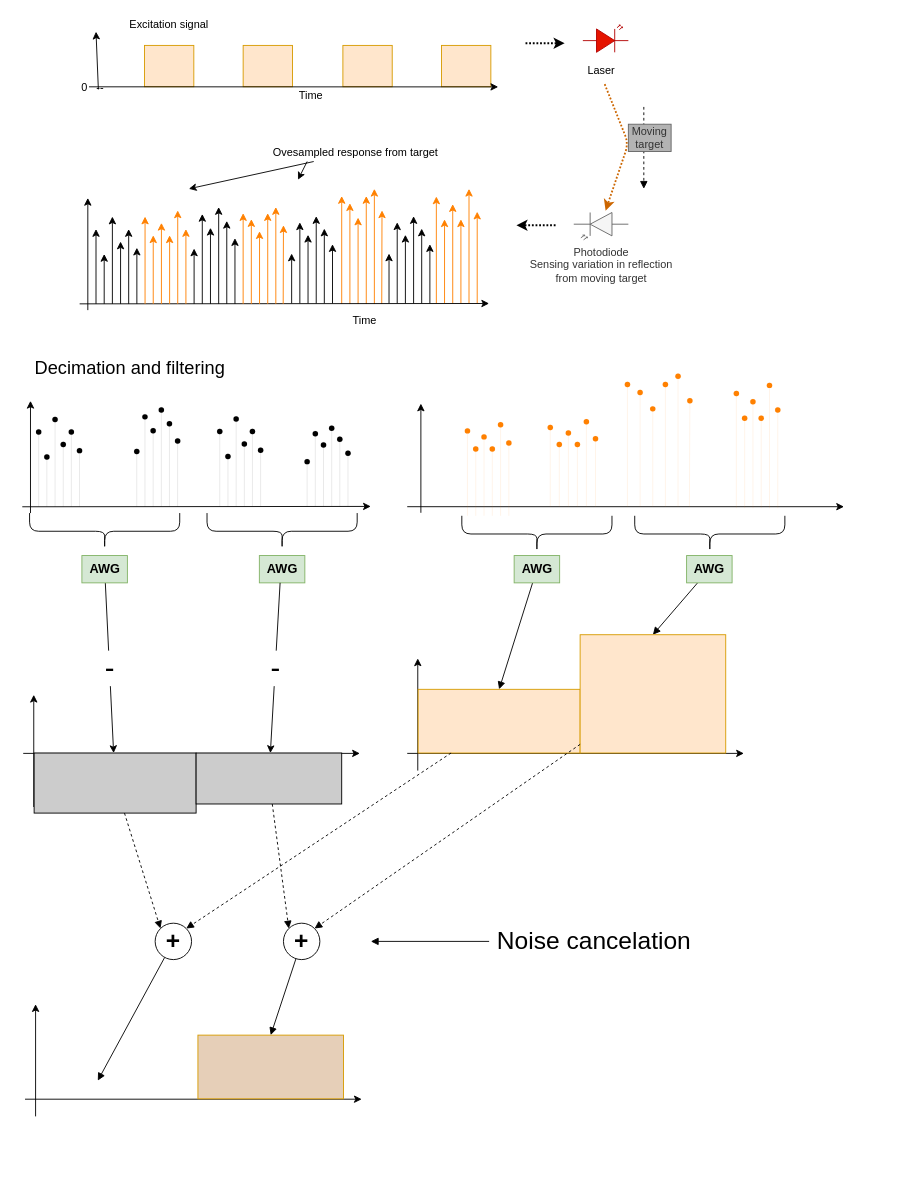
Above: page "Signals_alt" (2 of 5) of specs/lockin_detector.drawio in Rune75/Arduino_Synchronous_Detector (draw.io), before the change. Source tidied: cells renumbered, new cells numbered last; positions are measured from the earlier drawing's top-left corner, leaving out a move shared by most shapes. Both pictures are drawn from the tidied source at 91%, with x=0, y=0 at pixel (22, 15).
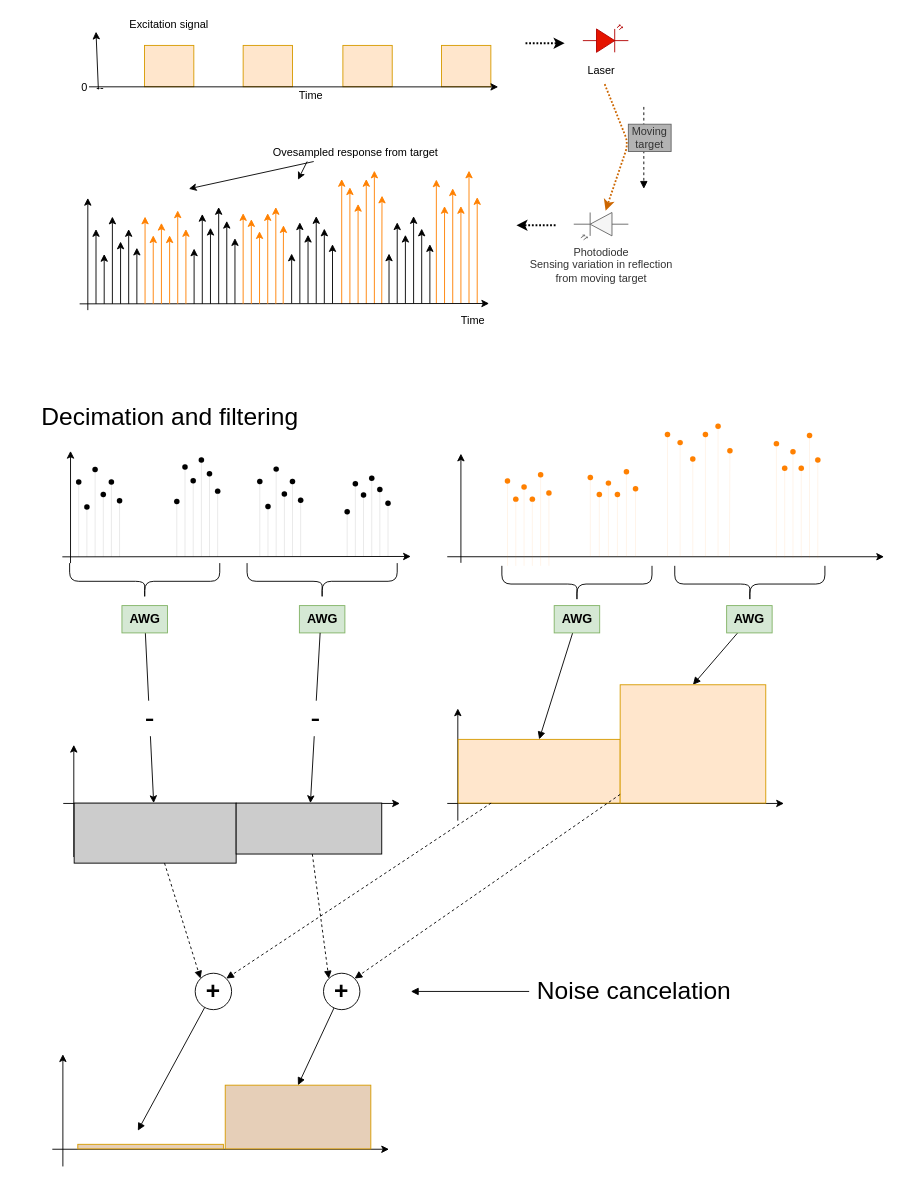
After the change.

The change refers to these unchanged cells:
```xml
<mxCell id="151" style="rounded=0;whiteSpace=wrap;html=1;strokeWidth=1;fillColor=#CCCCCC;" parent="147" vertex="1">
  <mxGeometry x="190" y="64" width="160" height="56" as="geometry" />
</mxCell>
```

Diff of the diagram source:
```diff
@@
     <mxCell id="3" value="Time" style="text;html=1;align=center;verticalAlign=middle;" parent="1" vertex="1">
-      <mxGeometry x="356.3" y="324.5" width="40" height="20" as="geometry" />
+      <mxGeometry x="475.3" y="324.5" width="40" height="20" as="geometry" />
     </mxCell>
@@
     <mxCell id="16" value="&lt;b&gt;&lt;font style=&quot;font-size: 14px&quot;&gt;AWG&lt;/font&gt;&lt;/b&gt;" style="rounded=0;whiteSpace=wrap;html=1;fillColor=#d5e8d4;strokeColor=#82b366;" parent="1" vertex="1">
-      <mxGeometry x="65.5" y="593" width="50" height="30" as="geometry" />
+      <mxGeometry x="109.5" y="648" width="50" height="30" as="geometry" />
     </mxCell>
@@
     <mxCell id="18" value="&lt;b&gt;&lt;font style=&quot;font-size: 14px&quot;&gt;AWG&lt;/font&gt;&lt;/b&gt;" style="rounded=0;whiteSpace=wrap;html=1;fillColor=#d5e8d4;strokeColor=#82b366;" parent="1" vertex="1">
-      <mxGeometry x="540.5" y="593" width="50" height="30" as="geometry" />
+      <mxGeometry x="584.5" y="648" width="50" height="30" as="geometry" />
     </mxCell>
     <mxCell id="19" style="shape=curlyBracket;whiteSpace=wrap;html=1;rounded=1;flipH=1;fontSize=14;direction=north;" parent="1" vertex="1">
-      <mxGeometry x="8" y="546.3" width="165" height="40" as="geometry" />
+      <mxGeometry x="52" y="601.3" width="165" height="40" as="geometry" />
     </mxCell>
     <mxCell id="20" style="shape=curlyBracket;whiteSpace=wrap;html=1;rounded=1;flipH=1;fontSize=14;direction=north;" parent="1" vertex="1">
-      <mxGeometry x="483" y="549.3" width="165" height="40" as="geometry" />
+      <mxGeometry x="527" y="604.3" width="165" height="40" as="geometry" />
     </mxCell>
@@
     <mxCell id="28" style="group;" parent="1" vertex="1">
-      <mxGeometry x="351" y="190" width="44.3" height="126.6" as="geometry" />
+      <mxGeometry x="351" y="170" width="44.3" height="146.6" as="geometry" />
     </mxCell>
     <mxCell id="29" style="endArrow=classic;html=1;strokeColor=#FF8000;" parent="28" edge="1">
-      <mxGeometry y="7.9" as="geometry">
-        <mxPoint y="126.6" as="sourcePoint" />
-        <mxPoint y="7.9" as="targetPoint" />
+      <mxGeometry y="9.2" as="geometry">
+        <mxPoint y="146.6" as="sourcePoint" />
+        <mxPoint y="9.2" as="targetPoint" />
       </mxGeometry>
     </mxCell>
     <mxCell id="30" style="endArrow=classic;html=1;strokeColor=#FF8000;" parent="28" edge="1">
-      <mxGeometry y="15.8" as="geometry">
-        <mxPoint x="9" y="126.6" as="sourcePoint" />
-        <mxPoint x="9" y="15.8" as="targetPoint" />
+      <mxGeometry y="18.3" as="geometry">
+        <mxPoint x="9" y="146.6" as="sourcePoint" />
+        <mxPoint x="9" y="18.3" as="targetPoint" />
         <Array as="points">
-          <mxPoint x="9" y="15.8" />
+          <mxPoint x="9" y="18.3" />
         </Array>
       </mxGeometry>
     </mxCell>
     <mxCell id="31" style="endArrow=classic;html=1;strokeColor=#FF8000;" parent="28" edge="1">
-      <mxGeometry y="31.6" as="geometry">
-        <mxPoint x="18" y="126.6" as="sourcePoint" />
-        <mxPoint x="18" y="31.6" as="targetPoint" />
+      <mxGeometry y="36.6" as="geometry">
+        <mxPoint x="18" y="146.6" as="sourcePoint" />
+        <mxPoint x="18" y="36.6" as="targetPoint" />
       </mxGeometry>
     </mxCell>
     <mxCell id="32" style="endArrow=classic;html=1;strokeColor=#FF8000;" parent="28" edge="1">
-      <mxGeometry y="7.9" as="geometry">
-        <mxPoint x="27" y="126.6" as="sourcePoint" />
-        <mxPoint x="27" y="7.9" as="targetPoint" />
+      <mxGeometry y="9.2" as="geometry">
+        <mxPoint x="27" y="146.6" as="sourcePoint" />
+        <mxPoint x="27" y="9.2" as="targetPoint" />
       </mxGeometry>
     </mxCell>
     <mxCell id="33" style="endArrow=classic;html=1;strokeColor=#FF8000;" parent="28" edge="1">
       <mxGeometry as="geometry">
-        <mxPoint x="35.9" y="126.6" as="sourcePoint" />
+        <mxPoint x="35.9" y="146.6" as="sourcePoint" />
         <mxPoint x="35.9" as="targetPoint" />
       </mxGeometry>
     </mxCell>
     <mxCell id="34" style="endArrow=classic;html=1;strokeColor=#FF8000;" parent="28" edge="1">
-      <mxGeometry x="-0.6" y="23.7" as="geometry">
-        <mxPoint x="44" y="126.6" as="sourcePoint" />
-        <mxPoint x="44.3" y="23.7" as="targetPoint" />
+      <mxGeometry x="-0.6" y="27.5" as="geometry">
+        <mxPoint x="44" y="146.6" as="sourcePoint" />
+        <mxPoint x="44.3" y="27.5" as="targetPoint" />
       </mxGeometry>
     </mxCell>
@@
     <mxCell id="42" style="group;" parent="1" vertex="1">
-      <mxGeometry x="455" y="190" width="44.9" height="125.7" as="geometry" />
+      <mxGeometry x="455" y="170" width="44.9" height="145.7" as="geometry" />
     </mxCell>
     <mxCell id="43" style="endArrow=classic;html=1;startSize=6;strokeColor=#FF8000;arcSize=20;" parent="42" edge="1">
-      <mxGeometry y="33.5" as="geometry">
-        <mxPoint y="125.7" as="sourcePoint" />
-        <mxPoint y="8.4" as="targetPoint" />
+      <mxGeometry y="38.9" as="geometry">
+        <mxPoint y="145.7" as="sourcePoint" />
+        <mxPoint y="9.7" as="targetPoint" />
       </mxGeometry>
     </mxCell>
     <mxCell id="44" style="endArrow=classic;html=1;strokeColor=#FF8000;" parent="42" edge="1">
-      <mxGeometry y="33.5" as="geometry">
-        <mxPoint x="9" y="125.7" as="sourcePoint" />
-        <mxPoint x="9" y="33.5" as="targetPoint" />
+      <mxGeometry y="38.9" as="geometry">
+        <mxPoint x="9" y="145.7" as="sourcePoint" />
+        <mxPoint x="9" y="38.9" as="targetPoint" />
         <Array as="points">
-          <mxPoint x="9" y="33.5" />
+          <mxPoint x="9" y="38.9" />
         </Array>
       </mxGeometry>
     </mxCell>
     <mxCell id="45" style="endArrow=classic;html=1;strokeColor=#FF8000;" parent="42" edge="1">
-      <mxGeometry y="33.5" as="geometry">
-        <mxPoint x="18" y="125.7" as="sourcePoint" />
-        <mxPoint x="18" y="16.8" as="targetPoint" />
+      <mxGeometry y="38.9" as="geometry">
+        <mxPoint x="18" y="145.7" as="sourcePoint" />
+        <mxPoint x="18" y="19.4" as="targetPoint" />
       </mxGeometry>
     </mxCell>
     <mxCell id="46" style="endArrow=classic;html=1;strokeColor=#FF8000;" parent="42" edge="1">
-      <mxGeometry y="33.5" as="geometry">
-        <mxPoint x="27" y="125.7" as="sourcePoint" />
-        <mxPoint x="27" y="33.5" as="targetPoint" />
+      <mxGeometry y="38.9" as="geometry">
+        <mxPoint x="27" y="145.7" as="sourcePoint" />
+        <mxPoint x="27" y="38.9" as="targetPoint" />
       </mxGeometry>
     </mxCell>
     <mxCell id="47" style="endArrow=classic;html=1;strokeColor=#FF8000;" parent="42" edge="1">
-      <mxGeometry y="33.5" as="geometry">
-        <mxPoint x="35.9" y="125.7" as="sourcePoint" />
+      <mxGeometry y="38.9" as="geometry">
+        <mxPoint x="35.9" y="145.7" as="sourcePoint" />
         <mxPoint x="35.9" as="targetPoint" />
       </mxGeometry>
     </mxCell>
     <mxCell id="48" style="endArrow=classic;html=1;strokeColor=#FF8000;" parent="42" edge="1">
-      <mxGeometry y="33.5" as="geometry">
-        <mxPoint x="44.9" y="125.7" as="sourcePoint" />
-        <mxPoint x="44.9" y="25.1" as="targetPoint" />
+      <mxGeometry y="38.9" as="geometry">
+        <mxPoint x="44.9" y="145.7" as="sourcePoint" />
+        <mxPoint x="44.9" y="29.1" as="targetPoint" />
       </mxGeometry>
     </mxCell>
     <mxCell id="49" style="group;" parent="1" vertex="1">
-      <mxGeometry x="217" y="443" width="44.9" height="95.9" as="geometry" />
+      <mxGeometry x="261" y="498" width="44.9" height="95.9" as="geometry" />
     </mxCell>
@@
     <mxCell id="56" style="endArrow=classic;html=1;" parent="1" edge="1">
       <mxGeometry relative="1" as="geometry">
-        <mxPoint x="9" y="546.3" as="sourcePoint" />
-        <mxPoint x="9" y="423" as="targetPoint" />
+        <mxPoint x="53" y="601.3" as="sourcePoint" />
+        <mxPoint x="53" y="478" as="targetPoint" />
       </mxGeometry>
     </mxCell>
     <mxCell id="57" style="endArrow=classic;html=1;" parent="1" edge="1">
       <mxGeometry relative="1" as="geometry">
-        <mxPoint y="539.4" as="sourcePoint" />
-        <mxPoint x="383" y="539" as="targetPoint" />
+        <mxPoint x="44" y="594.4" as="sourcePoint" />
+        <mxPoint x="427" y="594" as="targetPoint" />
       </mxGeometry>
     </mxCell>
     <mxCell id="58" style="group;" parent="1" vertex="1">
-      <mxGeometry x="18" y="443.5" width="44.9" height="95.9" as="geometry" />
+      <mxGeometry x="62" y="498.5" width="44.9" height="95.9" as="geometry" />
     </mxCell>
@@
     <mxCell id="65" style="group;" parent="1" vertex="1">
-      <mxGeometry x="125.8" y="433" width="44.9" height="106.4" as="geometry" />
+      <mxGeometry x="169.8" y="488" width="44.9" height="106.4" as="geometry" />
     </mxCell>
@@
     <mxCell id="72" style="group;" parent="1" vertex="1">
-      <mxGeometry x="313" y="453" width="44.9" height="85.9" as="geometry" />
+      <mxGeometry x="357" y="508" width="44.9" height="85.9" as="geometry" />
     </mxCell>
@@
     <mxCell id="109" style="shape=curlyBracket;whiteSpace=wrap;html=1;rounded=1;flipH=1;fontSize=14;direction=north;" parent="1" vertex="1">
-      <mxGeometry x="203" y="546.3" width="165" height="40" as="geometry" />
+      <mxGeometry x="247" y="601.3" width="165" height="40" as="geometry" />
     </mxCell>
     <mxCell id="110" value="&lt;b&gt;&lt;font style=&quot;font-size: 14px&quot;&gt;AWG&lt;/font&gt;&lt;/b&gt;" style="rounded=0;whiteSpace=wrap;html=1;fillColor=#d5e8d4;strokeColor=#82b366;" parent="1" vertex="1">
-      <mxGeometry x="260.5" y="593" width="50" height="30" as="geometry" />
+      <mxGeometry x="304.5" y="648" width="50" height="30" as="geometry" />
     </mxCell>
     <mxCell id="111" style="group;" parent="1" vertex="1">
-      <mxGeometry x="423" y="396" width="480" height="153.3" as="geometry" />
+      <mxGeometry x="467" y="451" width="480" height="153.3" as="geometry" />
     </mxCell>
@@
     <mxCell id="143" style="shape=curlyBracket;whiteSpace=wrap;html=1;rounded=1;flipH=1;fontSize=14;direction=north;" parent="1" vertex="1">
-      <mxGeometry x="673" y="549.3" width="165" height="40" as="geometry" />
+      <mxGeometry x="717" y="604.3" width="165" height="40" as="geometry" />
     </mxCell>
@@
     <mxCell id="145" value="&lt;b&gt;&lt;font style=&quot;font-size: 14px&quot;&gt;AWG&lt;/font&gt;&lt;/b&gt;" style="rounded=0;whiteSpace=wrap;html=1;fillColor=#d5e8d4;strokeColor=#82b366;" parent="1" vertex="1">
-      <mxGeometry x="730" y="593" width="50" height="30" as="geometry" />
+      <mxGeometry x="774" y="648" width="50" height="30" as="geometry" />
     </mxCell>
     <mxCell id="146" value="-" style="rounded=0;jettySize=auto;html=1;fontSize=32;" parent="1" edge="1" target="151">
       <mxGeometry relative="1" as="geometry">
-        <mxPoint x="283.3" y="623" as="sourcePoint" />
+        <mxPoint x="327.3" y="678" as="sourcePoint" />
       </mxGeometry>
     </mxCell>
     <mxCell id="147" style="group;" parent="1" vertex="1">
-      <mxGeometry x="1" y="746" width="370" height="130" as="geometry" />
+      <mxGeometry x="45" y="801" width="370" height="130" as="geometry" />
     </mxCell>
@@
     <mxCell id="160" style="group;" parent="1" vertex="1">
-      <mxGeometry x="423" y="680" width="370" height="149.3" as="geometry" />
+      <mxGeometry x="467" y="735" width="370" height="149.3" as="geometry" />
     </mxCell>
@@
     <mxCell id="165" style="group;" parent="1" vertex="1">
-      <mxGeometry x="3" y="1060" width="370" height="149.3" as="geometry" />
+      <mxGeometry x="33" y="1115" width="370" height="149.3" as="geometry" />
     </mxCell>
@@
-    <mxCell id="170" value="&lt;font style=&quot;font-size: 20px&quot;&gt;Decimation and filtering&lt;/font&gt;" style="text;html=1;align=center;verticalAlign=middle;strokeColor=none;fillColor=none;" parent="1" vertex="1">
-      <mxGeometry x="8" y="376" width="220" height="20" as="geometry" />
+    <mxCell id="170" value="&lt;font style=&quot;font-size: 27px&quot;&gt;Decimation and filtering&lt;/font&gt;" style="text;html=1;align=center;verticalAlign=middle;strokeColor=none;fillColor=none;" parent="1" vertex="1">
+      <mxGeometry x="12" y="431" width="300" height="20" as="geometry" />
     </mxCell>
     <mxCell id="171" style="edgeStyle=none;rounded=0;jettySize=auto;html=1;fontSize=27;endArrow=block;endFill=1;strokeColor=#000000;strokeWidth=1;" parent="1" edge="1" source="172">
       <mxGeometry relative="1" as="geometry">
-        <mxPoint x="83" y="1170" as="targetPoint" />
+        <mxPoint x="127" y="1225" as="targetPoint" />
       </mxGeometry>
     </mxCell>
     <mxCell id="172" value="&lt;font style=&quot;font-size: 27px&quot;&gt;&lt;b&gt;+&lt;/b&gt;&lt;/font&gt;" style="ellipse;whiteSpace=wrap;html=1;fontSize=20;strokeWidth=1;fillColor=#FFFFFF;" parent="1" vertex="1">
-      <mxGeometry x="146" y="997" width="40" height="40" as="geometry" />
+      <mxGeometry x="190" y="1052" width="40" height="40" as="geometry" />
     </mxCell>
@@
     <mxCell id="176" value="&lt;font style=&quot;font-size: 27px&quot;&gt;&lt;b&gt;+&lt;/b&gt;&lt;/font&gt;" style="ellipse;whiteSpace=wrap;html=1;fontSize=20;strokeWidth=1;fillColor=#FFFFFF;" parent="1" vertex="1">
-      <mxGeometry x="287" y="997" width="40" height="40" as="geometry" />
+      <mxGeometry x="331" y="1052" width="40" height="40" as="geometry" />
     </mxCell>
@@
     <mxCell id="179" style="edgeStyle=none;rounded=0;jettySize=auto;html=1;fontSize=27;endArrow=block;endFill=1;strokeColor=#000000;strokeWidth=1;" parent="1" edge="1" source="180">
       <mxGeometry relative="1" as="geometry">
-        <mxPoint x="383" y="1017" as="targetPoint" />
+        <mxPoint x="427" y="1072" as="targetPoint" />
       </mxGeometry>
     </mxCell>
     <mxCell id="180" value="Noise cancelation" style="text;html=1;align=center;verticalAlign=middle;points=[];strokeColor=none;fillColor=none;fontSize=27;" parent="1" vertex="1">
-      <mxGeometry x="513" y="997" width="230" height="40" as="geometry" />
+      <mxGeometry x="557" y="1052" width="230" height="40" as="geometry" />
     </mxCell>
+    <mxCell id="181" style="rounded=0;whiteSpace=wrap;html=1;strokeWidth=1;fillColor=#E6CFB8;strokeColor=#d79b00;" parent="1" vertex="1">
+      <mxGeometry x="61" y="1240" width="160" height="5" as="geometry" />
+    </mxCell>
```
